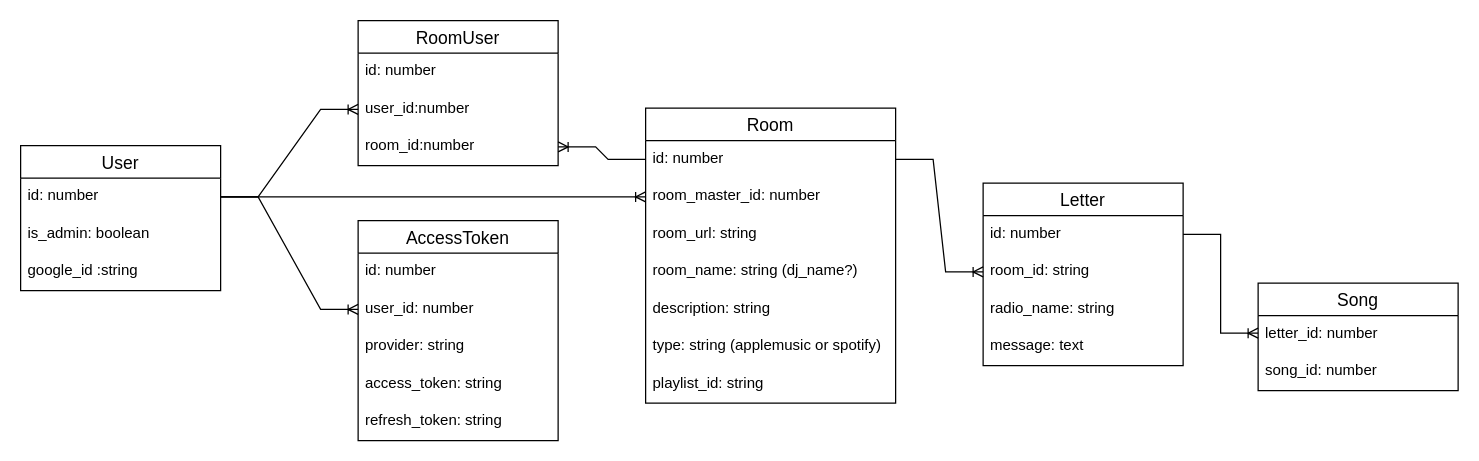
This is db/dj.drawio from lit-kansai/dj_system-docs, a draw.io file, before an edit. Source tidied: cells renumbered, new cells numbered last; positions are measured from the earlier drawing's top-left corner, leaving out a move shared by most shapes. Both pictures are drawn from the tidied source at 125%, with x=0, y=0 at pixel (20, 20).
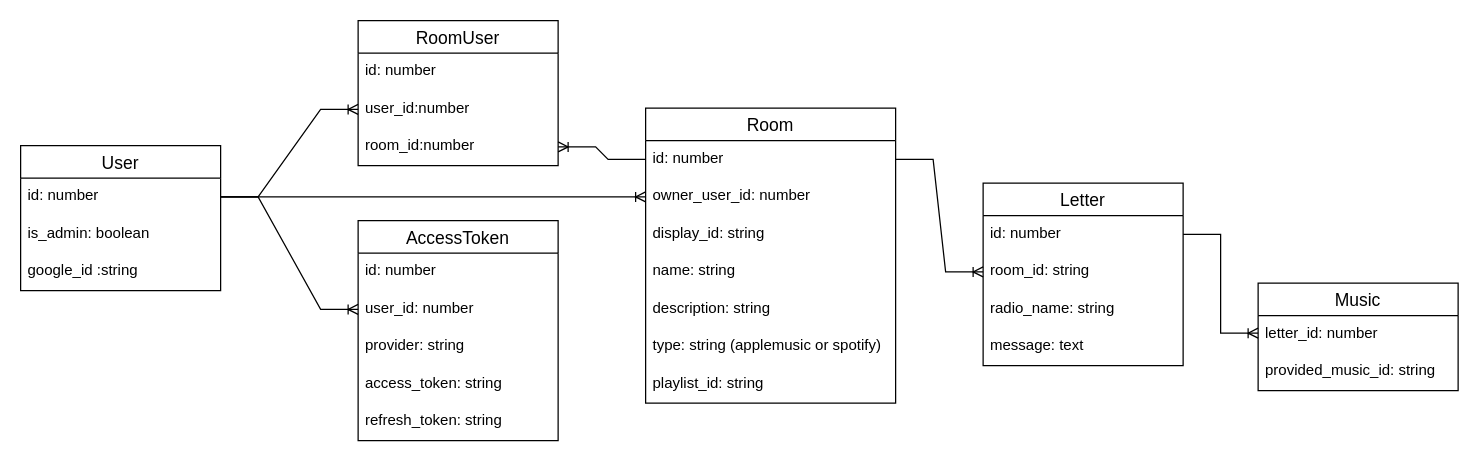
The same page after the edit.

Unchanged cells that the change refers to:
```xml
<mxCell id="6" value="Room" style="swimlane;fontStyle=0;horizontal=1;startSize=26;align=center;fontSize=14;fontFamily=Helvetica;" parent="1" vertex="1">
  <mxGeometry x="500" y="70" width="200" height="236" as="geometry" />
</mxCell>
```

The edit, as a diff of the source:
```diff
@@
-    <mxCell id="8" value="room_master_id: number" style="text;strokeColor=none;fillColor=none;spacingLeft=4;spacingRight=4;overflow=hidden;points=[[0,0.5],[1,0.5]];portConstraint=eastwest;fontSize=12;fontFamily=Helvetica;" parent="6" vertex="1">
+    <mxCell id="8" value="owner_user_id: number" style="text;strokeColor=none;fillColor=none;spacingLeft=4;spacingRight=4;overflow=hidden;points=[[0,0.5],[1,0.5]];portConstraint=eastwest;fontSize=12;fontFamily=Helvetica;" parent="6" vertex="1">
       <mxGeometry y="56" width="200" height="30" as="geometry" />
     </mxCell>
-    <mxCell id="9" value="room_url: string" style="text;strokeColor=none;fillColor=none;spacingLeft=4;spacingRight=4;overflow=hidden;fontSize=12;fontFamily=Helvetica;" parent="6" vertex="1">
+    <mxCell id="9" value="display_id: string" style="text;strokeColor=none;fillColor=none;spacingLeft=4;spacingRight=4;overflow=hidden;fontSize=12;fontFamily=Helvetica;" parent="6" vertex="1">
       <mxGeometry y="86" width="200" height="30" as="geometry" />
     </mxCell>
-    <mxCell id="10" value="room_name: string (dj_name?)" style="text;strokeColor=none;fillColor=none;spacingLeft=4;spacingRight=4;overflow=hidden;fontSize=12;fontFamily=Helvetica;" parent="6" vertex="1">
+    <mxCell id="10" value="name: string" style="text;strokeColor=none;fillColor=none;spacingLeft=4;spacingRight=4;overflow=hidden;fontSize=12;fontFamily=Helvetica;" parent="6" vertex="1">
       <mxGeometry y="116" width="200" height="30" as="geometry" />
     </mxCell>
@@
-    <mxCell id="20" value="Song" style="swimlane;fontStyle=0;horizontal=1;startSize=26;align=center;fontSize=14;fontFamily=Helvetica;" parent="1" vertex="1">
+    <mxCell id="20" value="Music" style="swimlane;fontStyle=0;horizontal=1;startSize=26;align=center;fontSize=14;fontFamily=Helvetica;" parent="1" vertex="1">
       <mxGeometry x="990" y="210" width="160" height="86" as="geometry" />
     </mxCell>
@@
-    <mxCell id="22" value="song_id: number" style="text;strokeColor=none;fillColor=none;spacingLeft=4;spacingRight=4;overflow=hidden;fontSize=12;fontFamily=Helvetica;" parent="20" vertex="1">
+    <mxCell id="22" value="provided_music_id: string" style="text;strokeColor=none;fillColor=none;spacingLeft=4;spacingRight=4;overflow=hidden;fontSize=12;fontFamily=Helvetica;" parent="20" vertex="1">
       <mxGeometry y="56" width="160" height="30" as="geometry" />
     </mxCell>
```
